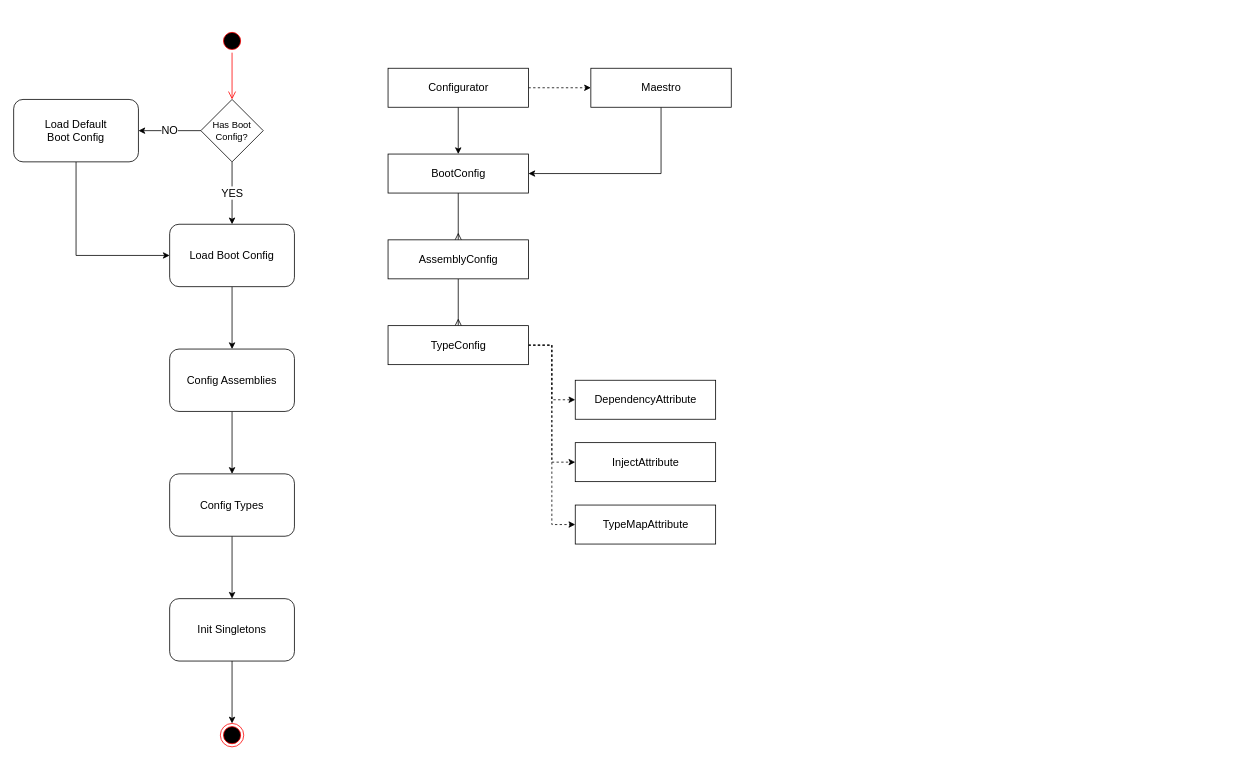
Above: docs/IOC.drawio in supermax/maestro (draw.io), before the change. Source tidied: cells renumbered, new cells numbered last; positions are measured from the earlier drawing's top-left corner, leaving out a move shared by most shapes. Both pictures are drawn from the tidied source at 78%, with x=0, y=0 at pixel (13, 29).
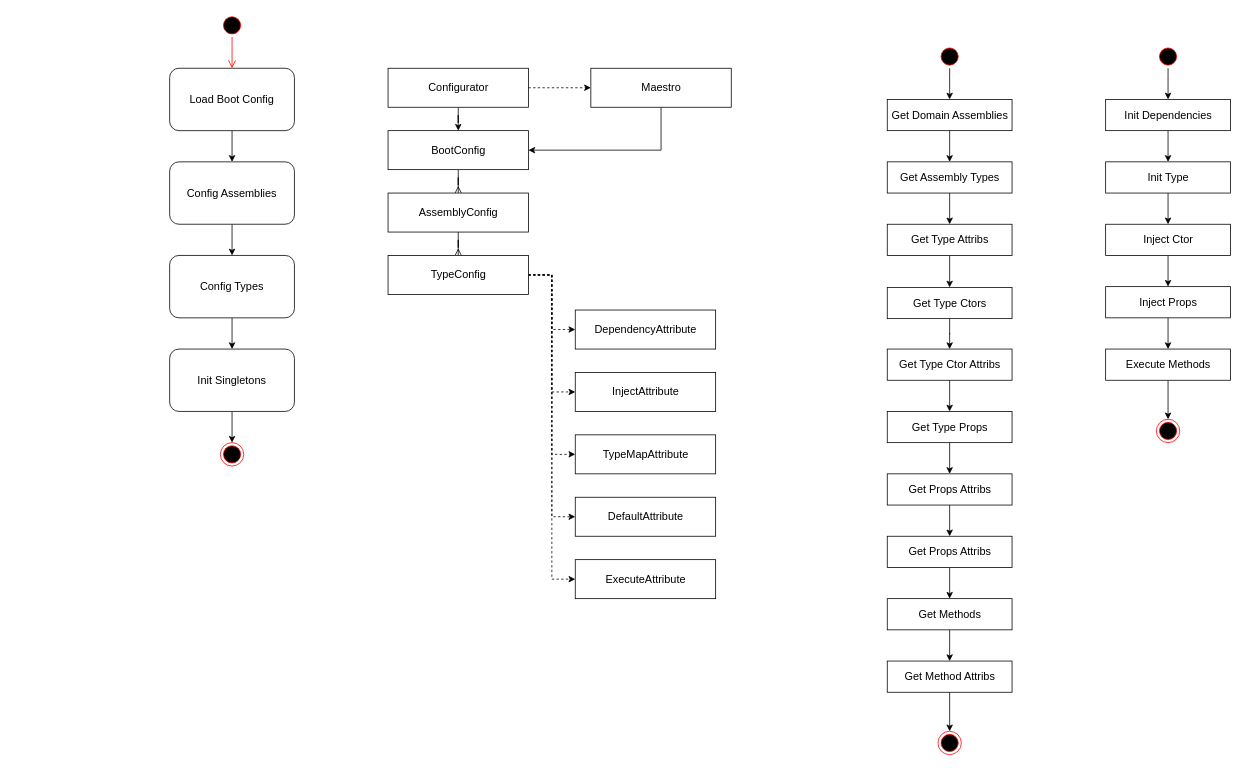
Above is the later version.

What changed in the source:
```diff
@@
     <mxCell id="3" value="Load Boot Config" style="rounded=1;whiteSpace=wrap;html=1;fontSize=14;" parent="1" vertex="1">
-      <mxGeometry x="200" y="250" width="160" height="80" as="geometry" />
+      <mxGeometry x="200" y="50" width="160" height="80" as="geometry" />
     </mxCell>
-    <mxCell id="4" value="YES" style="edgeStyle=orthogonalEdgeStyle;rounded=0;jettySize=auto;html=1;fontSize=14;" parent="1" edge="1" source="6" target="3">
-      <mxGeometry relative="1" as="geometry" />
-    </mxCell>
-    <mxCell id="5" value="NO" style="edgeStyle=orthogonalEdgeStyle;rounded=0;jettySize=auto;html=1;entryX=1;entryY=0.5;entryDx=0;entryDy=0;fontSize=14;" parent="1" edge="1" source="6" target="8">
-      <mxGeometry relative="1" as="geometry" />
-    </mxCell>
-    <mxCell id="6" value="Has Boot&lt;br style=&quot;font-size: 12px;&quot;&gt;Config?" style="rhombus;whiteSpace=wrap;html=1;fontSize=12;" parent="1" vertex="1">
-      <mxGeometry x="240" y="90" width="80" height="80" as="geometry" />
-    </mxCell>
-    <mxCell id="7" style="edgeStyle=orthogonalEdgeStyle;rounded=0;jettySize=auto;html=1;entryX=0;entryY=0.5;entryDx=0;entryDy=0;exitX=0.5;exitY=1;exitDx=0;exitDy=0;fontSize=14;" parent="1" edge="1" source="8" target="3">
-      <mxGeometry relative="1" as="geometry" />
-    </mxCell>
-    <mxCell id="8" value="Load Default&lt;br&gt;Boot Config" style="rounded=1;whiteSpace=wrap;html=1;fontSize=14;" parent="1" vertex="1">
-      <mxGeometry y="90" width="160" height="80" as="geometry" />
-    </mxCell>
@@
     <mxCell id="10" value="Config Assemblies" style="rounded=1;whiteSpace=wrap;html=1;fontSize=14;" parent="1" vertex="1">
-      <mxGeometry x="200" y="410" width="160" height="80" as="geometry" />
+      <mxGeometry x="200" y="170" width="160" height="80" as="geometry" />
     </mxCell>
@@
     <mxCell id="12" value="Config Types" style="rounded=1;whiteSpace=wrap;html=1;fontSize=14;" parent="1" vertex="1">
-      <mxGeometry x="200" y="570" width="160" height="80" as="geometry" />
+      <mxGeometry x="200" y="290" width="160" height="80" as="geometry" />
     </mxCell>
@@
     <mxCell id="14" value="Init Singletons" style="rounded=1;whiteSpace=wrap;html=1;fontSize=14;" parent="1" vertex="1">
-      <mxGeometry x="200" y="730" width="160" height="80" as="geometry" />
+      <mxGeometry x="200" y="410" width="160" height="80" as="geometry" />
     </mxCell>
@@
     <mxCell id="19" value="BootConfig" style="html=1;fontSize=14;" parent="1" vertex="1">
-      <mxGeometry x="480" y="160" width="180" height="50" as="geometry" />
+      <mxGeometry x="480" y="130" width="180" height="50" as="geometry" />
     </mxCell>
@@
     <mxCell id="21" value="AssemblyConfig" style="html=1;fontSize=14;" parent="1" vertex="1">
-      <mxGeometry x="480" y="270" width="180" height="50" as="geometry" />
+      <mxGeometry x="480" y="210" width="180" height="50" as="geometry" />
     </mxCell>
@@
+    <mxCell id="34" style="edgeStyle=orthogonalEdgeStyle;rounded=0;jettySize=auto;html=1;entryX=0;entryY=0.5;entryDx=0;entryDy=0;dashed=1;" parent="1" edge="1" source="25" target="36">
+      <mxGeometry relative="1" as="geometry" />
+    </mxCell>
+    <mxCell id="35" style="edgeStyle=orthogonalEdgeStyle;rounded=0;jettySize=auto;html=1;entryX=0;entryY=0.5;entryDx=0;entryDy=0;dashed=1;" parent="1" edge="1" source="25" target="37">
+      <mxGeometry relative="1" as="geometry" />
+    </mxCell>
     <mxCell id="25" value="TypeConfig" style="html=1;fontSize=14;" parent="1" vertex="1">
-      <mxGeometry x="480" y="380" width="180" height="50" as="geometry" />
+      <mxGeometry x="480" y="290" width="180" height="50" as="geometry" />
     </mxCell>
@@
     <mxCell id="28" value="DependencyAttribute" style="html=1;fontSize=14;" parent="1" vertex="1">
-      <mxGeometry x="720" y="450" width="180" height="50" as="geometry" />
+      <mxGeometry x="720" y="360" width="180" height="50" as="geometry" />
     </mxCell>
     <mxCell id="29" value="InjectAttribute" style="html=1;fontSize=14;" parent="1" vertex="1">
-      <mxGeometry x="720" y="530" width="180" height="50" as="geometry" />
+      <mxGeometry x="720" y="440" width="180" height="50" as="geometry" />
     </mxCell>
     <mxCell id="30" style="ellipse;html=1;shape=startState;fillColor=#000000;strokeColor=#ff0000;fontSize=14;" parent="1" vertex="1">
-      <mxGeometry x="265" width="30" height="30" as="geometry" />
+      <mxGeometry x="265" y="-20" width="30" height="30" as="geometry" />
     </mxCell>
-    <mxCell id="31" style="edgeStyle=orthogonalEdgeStyle;html=1;verticalAlign=bottom;endArrow=open;endSize=8;strokeColor=#ff0000;fontSize=14;entryX=0.5;entryY=0;entryDx=0;entryDy=0;" parent="1" edge="1" source="30" target="6">
+    <mxCell id="31" style="edgeStyle=orthogonalEdgeStyle;html=1;verticalAlign=bottom;endArrow=open;endSize=8;strokeColor=#ff0000;fontSize=14;entryX=0.5;entryY=0;entryDx=0;entryDy=0;" parent="1" edge="1" source="30" target="3">
       <mxGeometry relative="1" as="geometry" />
     </mxCell>
     <mxCell id="32" style="ellipse;html=1;shape=endState;fillColor=#000000;strokeColor=#ff0000;fontSize=14;" parent="1" vertex="1">
-      <mxGeometry x="265" y="890" width="30" height="30" as="geometry" />
+      <mxGeometry x="265" y="530" width="30" height="30" as="geometry" />
     </mxCell>
     <mxCell id="33" value="TypeMapAttribute" style="html=1;fontSize=14;" parent="1" vertex="1">
-      <mxGeometry x="720" y="610" width="180" height="50" as="geometry" />
+      <mxGeometry x="720" y="520" width="180" height="50" as="geometry" />
     </mxCell>
+    <mxCell id="36" value="DefaultAttribute" style="html=1;fontSize=14;" parent="1" vertex="1">
+      <mxGeometry x="720" y="600" width="180" height="50" as="geometry" />
+    </mxCell>
+    <mxCell id="37" value="ExecuteAttribute" style="html=1;fontSize=14;" parent="1" vertex="1">
+      <mxGeometry x="720" y="680" width="180" height="50" as="geometry" />
+    </mxCell>
+    <mxCell id="38" style="edgeStyle=orthogonalEdgeStyle;rounded=0;jettySize=auto;html=1;entryX=0.5;entryY=0;entryDx=0;entryDy=0;" parent="1" edge="1" source="39" target="45">
+      <mxGeometry relative="1" as="geometry" />
+    </mxCell>
+    <mxCell id="39" style="ellipse;html=1;shape=startState;fillColor=#000000;strokeColor=#ff0000;" parent="1" vertex="1">
+      <mxGeometry x="1185" y="20" width="30" height="30" as="geometry" />
+    </mxCell>
+    <mxCell id="40" style="edgeStyle=orthogonalEdgeStyle;rounded=0;jettySize=auto;html=1;exitX=0.5;exitY=1;exitDx=0;exitDy=0;" parent="1" edge="1" source="41" target="49">
+      <mxGeometry relative="1" as="geometry" />
+    </mxCell>
+    <mxCell id="41" value="Get Type Attribs" style="html=1;fontSize=14;" parent="1" vertex="1">
+      <mxGeometry x="1120" y="250" width="160" height="40" as="geometry" />
+    </mxCell>
+    <mxCell id="42" style="edgeStyle=orthogonalEdgeStyle;rounded=0;jettySize=auto;html=1;entryX=0.5;entryY=0;entryDx=0;entryDy=0;" parent="1" edge="1" source="43" target="51">
+      <mxGeometry relative="1" as="geometry" />
+    </mxCell>
+    <mxCell id="43" value="Get Type Ctor Attribs" style="html=1;fontSize=14;" parent="1" vertex="1">
+      <mxGeometry x="1120" y="410" width="160" height="40" as="geometry" />
+    </mxCell>
+    <mxCell id="44" style="edgeStyle=orthogonalEdgeStyle;rounded=0;jettySize=auto;html=1;entryX=0.5;entryY=0;entryDx=0;entryDy=0;" parent="1" edge="1" source="45" target="47">
+      <mxGeometry relative="1" as="geometry" />
+    </mxCell>
+    <mxCell id="45" value="Get Domain Assemblies" style="html=1;fontSize=14;" parent="1" vertex="1">
+      <mxGeometry x="1120" y="90" width="160" height="40" as="geometry" />
+    </mxCell>
+    <mxCell id="46" style="edgeStyle=orthogonalEdgeStyle;rounded=0;jettySize=auto;html=1;" parent="1" edge="1" source="47" target="41">
+      <mxGeometry relative="1" as="geometry" />
+    </mxCell>
+    <mxCell id="47" value="Get Assembly Types" style="html=1;fontSize=14;" parent="1" vertex="1">
+      <mxGeometry x="1120" y="170" width="160" height="40" as="geometry" />
+    </mxCell>
+    <mxCell id="48" style="edgeStyle=orthogonalEdgeStyle;rounded=0;jettySize=auto;html=1;" parent="1" edge="1" source="49" target="43">
+      <mxGeometry relative="1" as="geometry" />
+    </mxCell>
+    <mxCell id="49" value="Get Type Ctors" style="html=1;fontSize=14;" parent="1" vertex="1">
+      <mxGeometry x="1120" y="331" width="160" height="40" as="geometry" />
+    </mxCell>
+    <mxCell id="50" style="edgeStyle=orthogonalEdgeStyle;rounded=0;jettySize=auto;html=1;entryX=0.5;entryY=0;entryDx=0;entryDy=0;" parent="1" edge="1" source="51" target="53">
+      <mxGeometry relative="1" as="geometry" />
+    </mxCell>
+    <mxCell id="51" value="Get Type Props" style="html=1;fontSize=14;" parent="1" vertex="1">
+      <mxGeometry x="1120" y="490" width="160" height="40" as="geometry" />
+    </mxCell>
+    <mxCell id="52" style="edgeStyle=orthogonalEdgeStyle;rounded=0;jettySize=auto;html=1;entryX=0.5;entryY=0;entryDx=0;entryDy=0;" parent="1" edge="1" source="53" target="55">
+      <mxGeometry relative="1" as="geometry" />
+    </mxCell>
+    <mxCell id="53" value="Get Props Attribs" style="html=1;fontSize=14;" parent="1" vertex="1">
+      <mxGeometry x="1120" y="570" width="160" height="40" as="geometry" />
+    </mxCell>
+    <mxCell id="54" style="edgeStyle=orthogonalEdgeStyle;rounded=0;jettySize=auto;html=1;" parent="1" edge="1" source="55" target="57">
+      <mxGeometry relative="1" as="geometry" />
+    </mxCell>
+    <mxCell id="55" value="Get Props Attribs" style="html=1;fontSize=14;" parent="1" vertex="1">
+      <mxGeometry x="1120" y="650" width="160" height="40" as="geometry" />
+    </mxCell>
+    <mxCell id="56" style="edgeStyle=orthogonalEdgeStyle;rounded=0;jettySize=auto;html=1;" parent="1" edge="1" source="57" target="59">
+      <mxGeometry relative="1" as="geometry" />
+    </mxCell>
+    <mxCell id="57" value="Get Methods" style="html=1;fontSize=14;" parent="1" vertex="1">
+      <mxGeometry x="1120" y="730" width="160" height="40" as="geometry" />
+    </mxCell>
+    <mxCell id="58" style="edgeStyle=orthogonalEdgeStyle;rounded=0;jettySize=auto;html=1;entryX=0.5;entryY=0;entryDx=0;entryDy=0;" parent="1" edge="1" source="59" target="60">
+      <mxGeometry relative="1" as="geometry" />
+    </mxCell>
+    <mxCell id="59" value="Get Method Attribs" style="html=1;fontSize=14;" parent="1" vertex="1">
+      <mxGeometry x="1120" y="810" width="160" height="40" as="geometry" />
+    </mxCell>
+    <mxCell id="60" style="ellipse;html=1;shape=endState;fillColor=#000000;strokeColor=#ff0000;" parent="1" vertex="1">
+      <mxGeometry x="1185" y="900" width="30" height="30" as="geometry" />
+    </mxCell>
+    <mxCell id="61" style="edgeStyle=orthogonalEdgeStyle;rounded=0;jettySize=auto;html=1;entryX=0.5;entryY=0;entryDx=0;entryDy=0;" parent="1" edge="1" source="62" target="64">
+      <mxGeometry relative="1" as="geometry" />
+    </mxCell>
+    <mxCell id="62" style="ellipse;html=1;shape=startState;fillColor=#000000;strokeColor=#ff0000;" parent="1" vertex="1">
+      <mxGeometry x="1465" y="20" width="30" height="30" as="geometry" />
+    </mxCell>
+    <mxCell id="63" style="edgeStyle=orthogonalEdgeStyle;rounded=0;jettySize=auto;html=1;entryX=0.5;entryY=0;entryDx=0;entryDy=0;" parent="1" edge="1" source="64" target="66">
+      <mxGeometry relative="1" as="geometry" />
+    </mxCell>
+    <mxCell id="64" value="Init Dependencies" style="html=1;fontSize=14;" parent="1" vertex="1">
+      <mxGeometry x="1400" y="90" width="160" height="40" as="geometry" />
+    </mxCell>
+    <mxCell id="65" style="edgeStyle=orthogonalEdgeStyle;rounded=0;jettySize=auto;html=1;entryX=0.5;entryY=0;entryDx=0;entryDy=0;" parent="1" edge="1" source="66" target="68">
+      <mxGeometry relative="1" as="geometry" />
+    </mxCell>
+    <mxCell id="66" value="Init Type" style="html=1;fontSize=14;" parent="1" vertex="1">
+      <mxGeometry x="1400" y="170" width="160" height="40" as="geometry" />
+    </mxCell>
+    <mxCell id="67" style="edgeStyle=orthogonalEdgeStyle;rounded=0;jettySize=auto;html=1;exitX=0.5;exitY=1;exitDx=0;exitDy=0;entryX=0.5;entryY=0;entryDx=0;entryDy=0;" parent="1" edge="1" source="68" target="70">
+      <mxGeometry relative="1" as="geometry" />
+    </mxCell>
+    <mxCell id="68" value="Inject Ctor" style="html=1;fontSize=14;" parent="1" vertex="1">
+      <mxGeometry x="1400" y="250" width="160" height="40" as="geometry" />
+    </mxCell>
+    <mxCell id="69" style="edgeStyle=orthogonalEdgeStyle;rounded=0;jettySize=auto;html=1;entryX=0.5;entryY=0;entryDx=0;entryDy=0;" parent="1" edge="1" source="70" target="72">
+      <mxGeometry relative="1" as="geometry" />
+    </mxCell>
+    <mxCell id="70" value="Inject Props" style="html=1;fontSize=14;" parent="1" vertex="1">
+      <mxGeometry x="1400" y="330" width="160" height="40" as="geometry" />
+    </mxCell>
+    <mxCell id="71" style="edgeStyle=orthogonalEdgeStyle;rounded=0;jettySize=auto;html=1;" parent="1" edge="1" source="72" target="73">
+      <mxGeometry relative="1" as="geometry" />
+    </mxCell>
+    <mxCell id="72" value="Execute Methods" style="html=1;fontSize=14;" parent="1" vertex="1">
+      <mxGeometry x="1400" y="410" width="160" height="40" as="geometry" />
+    </mxCell>
+    <mxCell id="73" style="ellipse;html=1;shape=endState;fillColor=#000000;strokeColor=#ff0000;" parent="1" vertex="1">
+      <mxGeometry x="1465" y="500" width="30" height="30" as="geometry" />
+    </mxCell>
```
